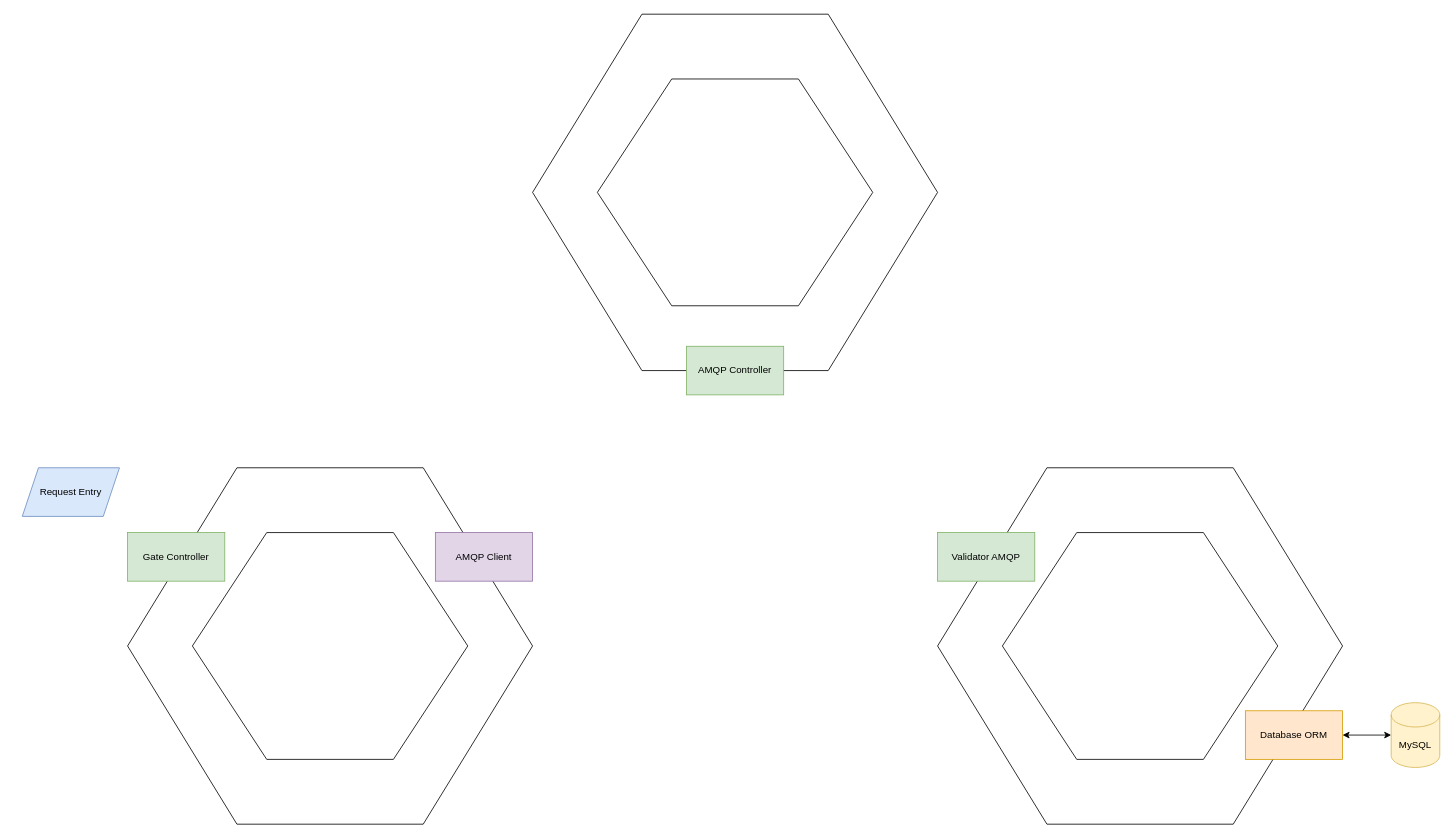
harwoodr/drawio keeps this draw.io diagram as MVPHex.drawio. Above is the earlier version. Source tidied: cells renumbered, new cells numbered last; positions are measured from the earlier drawing's top-left corner, leaving out a move shared by most shapes. Both pictures are drawn from the tidied source at 81%, with x=0, y=0 at pixel (22, 14).
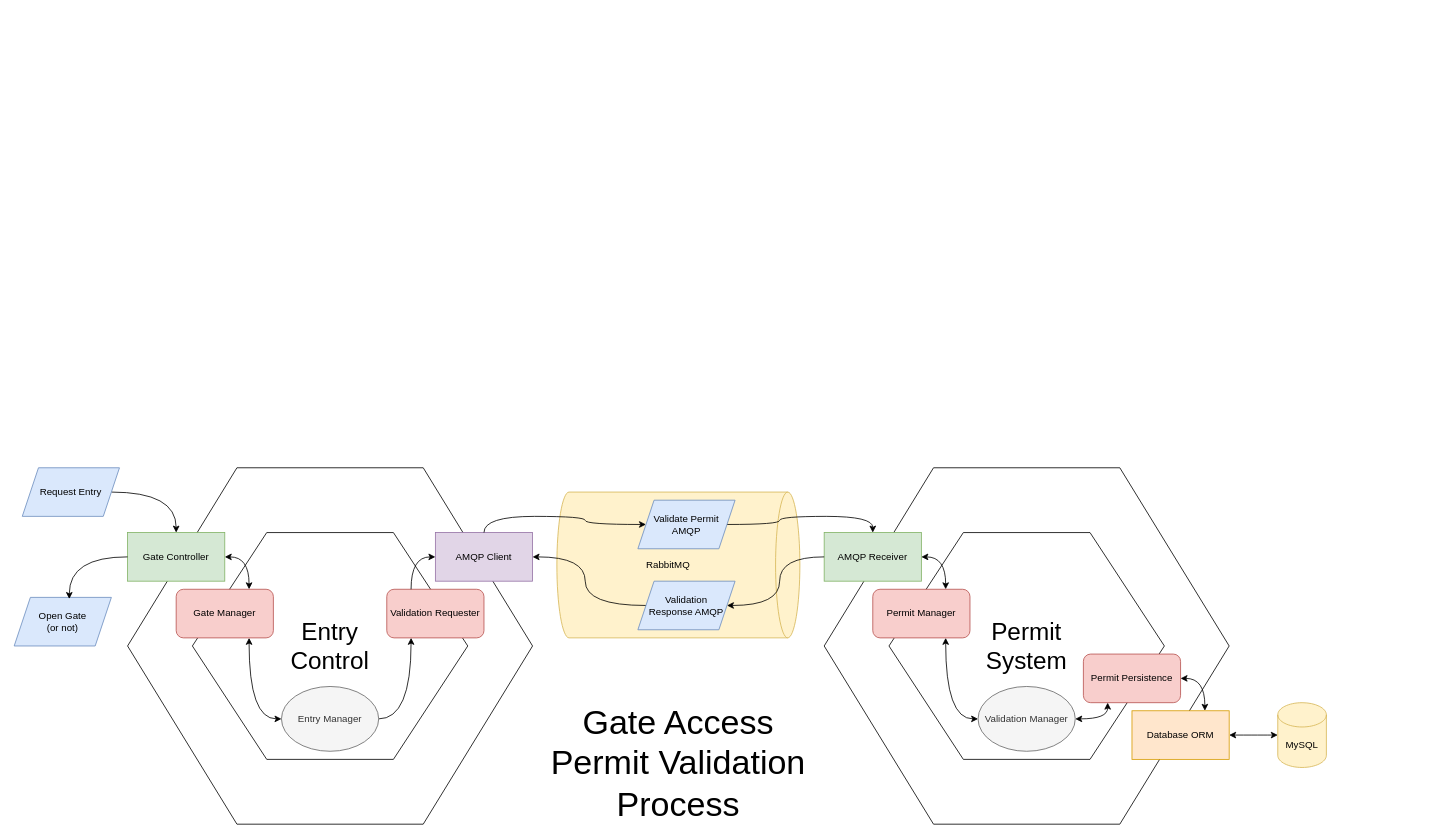
After the change.

The change refers to these unchanged cells:
```xml
<mxCell id="2" style="group;" parent="1" vertex="1">
  <mxGeometry x="130" y="560" width="500" height="440" as="geometry" />
</mxCell>
<mxCell id="5" value="Gate Controller" style="rounded=0;whiteSpace=wrap;html=1;fillColor=#d5e8d4;strokeColor=#82b366;" parent="2" vertex="1">
  <mxGeometry y="80" width="120" height="60" as="geometry" />
</mxCell>
<mxCell id="15" value="Request Entry" style="shape=parallelogram;perimeter=parallelogramPerimeter;whiteSpace=wrap;html=1;fixedSize=1;fillColor=#dae8fc;strokeColor=#6c8ebf;" parent="1" vertex="1">
  <mxGeometry y="560" width="120" height="60" as="geometry" />
</mxCell>
```

The edit, as a diff of the source:
```diff
@@
+    <mxCell id="19" value="RabbitMQ" style="shape=cylinder3;whiteSpace=wrap;html=1;boundedLbl=1;backgroundOutline=1;size=15;direction=south;fillColor=#fff2cc;strokeColor=#d6b656;" parent="1" vertex="1">
+      <mxGeometry x="660" y="590" width="300" height="180" as="geometry" />
+    </mxCell>
@@
+    <mxCell id="20" style="group;" parent="2" vertex="1">
+      <mxGeometry width="500" height="440" as="geometry" />
+    </mxCell>
-    <mxCell id="4" style="verticalLabelPosition=bottom;verticalAlign=top;html=1;shape=hexagon;perimeter=hexagonPerimeter2;arcSize=6;size=0.27;fillColor=none;" parent="2" vertex="1">
+    <mxCell id="4" style="verticalLabelPosition=bottom;verticalAlign=top;html=1;shape=hexagon;perimeter=hexagonPerimeter2;arcSize=6;size=0.27;fillColor=none;" parent="20" vertex="1">
       <mxGeometry width="500" height="440" as="geometry" />
     </mxCell>
+    <mxCell id="21" value="&lt;font style=&quot;font-size: 30px;&quot;&gt;Entry Control&lt;br&gt;&lt;/font&gt;" style="text;html=1;align=center;verticalAlign=middle;whiteSpace=wrap;rounded=0;" parent="20" vertex="1">
+      <mxGeometry x="220" y="205" width="60" height="30" as="geometry" />
+    </mxCell>
+    <mxCell id="22" style="edgeStyle=orthogonalEdgeStyle;rounded=0;jettySize=auto;html=1;exitX=0.75;exitY=1;exitDx=0;exitDy=0;entryX=0;entryY=0.5;entryDx=0;entryDy=0;startArrow=classic;startFill=1;curved=1;" parent="20" edge="1" source="23" target="26">
+      <mxGeometry relative="1" as="geometry" />
+    </mxCell>
+    <mxCell id="23" value="Gate Manager" style="rounded=1;whiteSpace=wrap;html=1;fillColor=#f8cecc;strokeColor=#b85450;" parent="20" vertex="1">
+      <mxGeometry x="60" y="150" width="120" height="60" as="geometry" />
+    </mxCell>
+    <mxCell id="24" value="Validation Requester" style="rounded=1;whiteSpace=wrap;html=1;fillColor=#f8cecc;strokeColor=#b85450;" parent="20" vertex="1">
+      <mxGeometry x="320" y="150" width="120" height="60" as="geometry" />
+    </mxCell>
+    <mxCell id="25" style="edgeStyle=orthogonalEdgeStyle;rounded=0;jettySize=auto;html=1;exitX=1;exitY=0.5;exitDx=0;exitDy=0;entryX=0.25;entryY=1;entryDx=0;entryDy=0;curved=1;" parent="20" edge="1" source="26" target="24">
+      <mxGeometry relative="1" as="geometry" />
+    </mxCell>
+    <mxCell id="26" value="Entry Manager" style="ellipse;whiteSpace=wrap;html=1;fillColor=#f5f5f5;fontColor=#333333;strokeColor=#666666;" parent="20" vertex="1">
+      <mxGeometry x="190" y="270" width="120" height="80" as="geometry" />
+    </mxCell>
+    <mxCell id="6" value="AMQP Client" style="rounded=0;whiteSpace=wrap;html=1;fillColor=#e1d5e7;strokeColor=#9673a6;" parent="2" vertex="1">
+      <mxGeometry x="380" y="80" width="120" height="60" as="geometry" />
+    </mxCell>
+    <mxCell id="27" style="edgeStyle=orthogonalEdgeStyle;rounded=0;jettySize=auto;html=1;exitX=1;exitY=0.5;exitDx=0;exitDy=0;entryX=0.75;entryY=0;entryDx=0;entryDy=0;startArrow=classic;startFill=1;curved=1;" parent="2" edge="1" source="5" target="23">
+      <mxGeometry relative="1" as="geometry" />
+    </mxCell>
@@
-    <mxCell id="6" value="AMQP Client" style="rounded=0;whiteSpace=wrap;html=1;fillColor=#e1d5e7;strokeColor=#9673a6;" parent="2" vertex="1">
-      <mxGeometry x="380" y="80" width="120" height="60" as="geometry" />
-    </mxCell>
-    <mxCell id="7" style="group;" parent="1" vertex="1">
-      <mxGeometry x="630" width="500" height="440" as="geometry" />
-    </mxCell>
-    <mxCell id="8" style="verticalLabelPosition=bottom;verticalAlign=top;html=1;shape=hexagon;perimeter=hexagonPerimeter2;arcSize=6;size=0.27;fillColor=none;" parent="7" vertex="1">
-      <mxGeometry x="80" y="80" width="340" height="280" as="geometry" />
-    </mxCell>
-    <mxCell id="9" style="verticalLabelPosition=bottom;verticalAlign=top;html=1;shape=hexagon;perimeter=hexagonPerimeter2;arcSize=6;size=0.27;fillColor=none;" parent="7" vertex="1">
-      <mxGeometry width="500" height="440" as="geometry" />
-    </mxCell>
+    <mxCell id="28" style="edgeStyle=orthogonalEdgeStyle;rounded=0;jettySize=auto;html=1;exitX=0.25;exitY=0;exitDx=0;exitDy=0;entryX=0;entryY=0.5;entryDx=0;entryDy=0;curved=1;" parent="2" edge="1" source="24" target="6">
+      <mxGeometry relative="1" as="geometry" />
+    </mxCell>
     <mxCell id="10" style="group;" parent="1" vertex="1">
-      <mxGeometry x="1130" y="560" width="500" height="440" as="geometry" />
+      <mxGeometry x="990" y="560" width="500" height="440" as="geometry" />
     </mxCell>
+    <mxCell id="29" style="group;" parent="10" vertex="1">
+      <mxGeometry width="500" height="440" as="geometry" />
+    </mxCell>
-    <mxCell id="11" style="verticalLabelPosition=bottom;verticalAlign=top;html=1;shape=hexagon;perimeter=hexagonPerimeter2;arcSize=6;size=0.27;fillColor=none;" parent="10" vertex="1">
+    <mxCell id="11" style="verticalLabelPosition=bottom;verticalAlign=top;html=1;shape=hexagon;perimeter=hexagonPerimeter2;arcSize=6;size=0.27;fillColor=none;" parent="29" vertex="1">
       <mxGeometry width="500" height="440" as="geometry" />
     </mxCell>
-    <mxCell id="12" style="verticalLabelPosition=bottom;verticalAlign=top;html=1;shape=hexagon;perimeter=hexagonPerimeter2;arcSize=6;size=0.27;fillColor=none;" parent="10" vertex="1">
+    <mxCell id="12" style="verticalLabelPosition=bottom;verticalAlign=top;html=1;shape=hexagon;perimeter=hexagonPerimeter2;arcSize=6;size=0.27;fillColor=none;" parent="29" vertex="1">
       <mxGeometry x="80" y="80" width="340" height="280" as="geometry" />
     </mxCell>
+    <mxCell id="30" value="&lt;font style=&quot;font-size: 30px;&quot;&gt;Permit System&lt;br&gt;&lt;/font&gt;" style="text;html=1;align=center;verticalAlign=middle;whiteSpace=wrap;rounded=0;" parent="29" vertex="1">
+      <mxGeometry x="220" y="205" width="60" height="30" as="geometry" />
+    </mxCell>
+    <mxCell id="31" style="edgeStyle=orthogonalEdgeStyle;rounded=0;jettySize=auto;html=1;exitX=0.75;exitY=1;exitDx=0;exitDy=0;entryX=0;entryY=0.5;entryDx=0;entryDy=0;startArrow=classic;startFill=1;curved=1;" parent="29" edge="1" source="32" target="35">
+      <mxGeometry relative="1" as="geometry" />
+    </mxCell>
+    <mxCell id="32" value="Permit Manager" style="rounded=1;whiteSpace=wrap;html=1;fillColor=#f8cecc;strokeColor=#b85450;" parent="29" vertex="1">
+      <mxGeometry x="60" y="150" width="120" height="60" as="geometry" />
+    </mxCell>
+    <mxCell id="33" value="Permit Persistence" style="rounded=1;whiteSpace=wrap;html=1;fillColor=#f8cecc;strokeColor=#b85450;" parent="29" vertex="1">
+      <mxGeometry x="320" y="230" width="120" height="60" as="geometry" />
+    </mxCell>
+    <mxCell id="34" style="edgeStyle=orthogonalEdgeStyle;rounded=0;jettySize=auto;html=1;exitX=1;exitY=0.5;exitDx=0;exitDy=0;entryX=0.25;entryY=1;entryDx=0;entryDy=0;startArrow=classic;startFill=1;curved=1;" parent="29" edge="1" source="35" target="33">
+      <mxGeometry relative="1" as="geometry" />
+    </mxCell>
+    <mxCell id="35" value="Validation Manager" style="ellipse;whiteSpace=wrap;html=1;fillColor=#f5f5f5;fontColor=#333333;strokeColor=#666666;" parent="29" vertex="1">
+      <mxGeometry x="190" y="270" width="120" height="80" as="geometry" />
+    </mxCell>
+    <mxCell id="14" value="Database ORM" style="rounded=0;whiteSpace=wrap;html=1;fillColor=#ffe6cc;strokeColor=#d79b00;" parent="10" vertex="1">
+      <mxGeometry x="380" y="300" width="120" height="60" as="geometry" />
+    </mxCell>
+    <mxCell id="36" style="edgeStyle=orthogonalEdgeStyle;rounded=0;jettySize=auto;html=1;exitX=1;exitY=0.5;exitDx=0;exitDy=0;entryX=0.75;entryY=0;entryDx=0;entryDy=0;startArrow=classic;startFill=1;curved=1;" parent="10" edge="1" source="13" target="32">
+      <mxGeometry relative="1" as="geometry" />
+    </mxCell>
-    <mxCell id="13" value="Validator AMQP" style="rounded=0;whiteSpace=wrap;html=1;fillColor=#d5e8d4;strokeColor=#82b366;" parent="10" vertex="1">
+    <mxCell id="13" value="AMQP Receiver" style="rounded=0;whiteSpace=wrap;html=1;fillColor=#d5e8d4;strokeColor=#82b366;" parent="10" vertex="1">
       <mxGeometry y="80" width="120" height="60" as="geometry" />
     </mxCell>
-    <mxCell id="14" value="Database ORM" style="rounded=0;whiteSpace=wrap;html=1;fillColor=#ffe6cc;strokeColor=#d79b00;" parent="10" vertex="1">
-      <mxGeometry x="380" y="300" width="120" height="60" as="geometry" />
-    </mxCell>
+    <mxCell id="37" style="edgeStyle=orthogonalEdgeStyle;rounded=0;jettySize=auto;html=1;exitX=1;exitY=0.5;exitDx=0;exitDy=0;entryX=0.75;entryY=0;entryDx=0;entryDy=0;startArrow=classic;startFill=1;curved=1;" parent="10" edge="1" source="33" target="14">
+      <mxGeometry relative="1" as="geometry" />
+    </mxCell>
+    <mxCell id="38" style="edgeStyle=orthogonalEdgeStyle;rounded=0;jettySize=auto;html=1;exitX=1;exitY=0.5;exitDx=0;exitDy=0;entryX=0.5;entryY=0;entryDx=0;entryDy=0;curved=1;" parent="1" edge="1" source="15" target="5">
+      <mxGeometry relative="1" as="geometry" />
+    </mxCell>
@@
-    <mxCell id="16" value="AMQP Controller" style="rounded=0;whiteSpace=wrap;html=1;fillColor=#d5e8d4;strokeColor=#82b366;" parent="1" vertex="1">
-      <mxGeometry x="820" y="410" width="120" height="60" as="geometry" />
-    </mxCell>
-    <mxCell id="17" style="edgeStyle=orthogonalEdgeStyle;rounded=0;jettySize=auto;html=1;exitX=0;exitY=0.5;exitDx=0;exitDy=0;exitPerimeter=0;entryX=1;entryY=0.5;entryDx=0;entryDy=0;startArrow=classic;startFill=1;" parent="1" edge="1" source="18" target="14">
+    <mxCell id="17" style="edgeStyle=orthogonalEdgeStyle;rounded=0;jettySize=auto;html=1;exitX=0;exitY=0.5;exitDx=0;exitDy=0;exitPerimeter=0;entryX=1;entryY=0.5;entryDx=0;entryDy=0;startArrow=classic;startFill=1;curved=1;" parent="1" edge="1" source="18" target="14">
       <mxGeometry relative="1" as="geometry" />
     </mxCell>
     <mxCell id="18" value="MySQL" style="shape=cylinder3;whiteSpace=wrap;html=1;boundedLbl=1;backgroundOutline=1;size=15;fillColor=#fff2cc;strokeColor=#d6b656;" parent="1" vertex="1">
-      <mxGeometry x="1690" y="850" width="60" height="80" as="geometry" />
+      <mxGeometry x="1550" y="850" width="60" height="80" as="geometry" />
     </mxCell>
+    <mxCell id="39" value="Open Gate &lt;br&gt;(or not)" style="shape=parallelogram;perimeter=parallelogramPerimeter;whiteSpace=wrap;html=1;fixedSize=1;fillColor=#dae8fc;strokeColor=#6c8ebf;" parent="1" vertex="1">
+      <mxGeometry x="-10" y="720" width="120" height="60" as="geometry" />
+    </mxCell>
+    <mxCell id="40" style="edgeStyle=orthogonalEdgeStyle;rounded=0;jettySize=auto;html=1;exitX=1;exitY=0.5;exitDx=0;exitDy=0;entryX=0.5;entryY=0;entryDx=0;entryDy=0;curved=1;" parent="1" edge="1" source="41" target="13">
+      <mxGeometry relative="1" as="geometry" />
+    </mxCell>
+    <mxCell id="41" value="Validate Permit AMQP" style="shape=parallelogram;perimeter=parallelogramPerimeter;whiteSpace=wrap;html=1;fixedSize=1;fillColor=#dae8fc;strokeColor=#6c8ebf;" parent="1" vertex="1">
+      <mxGeometry x="760" y="600" width="120" height="60" as="geometry" />
+    </mxCell>
+    <mxCell id="42" style="edgeStyle=orthogonalEdgeStyle;rounded=0;jettySize=auto;html=1;exitX=0;exitY=0.5;exitDx=0;exitDy=0;entryX=1;entryY=0.5;entryDx=0;entryDy=0;curved=1;" parent="1" edge="1" source="43" target="6">
+      <mxGeometry relative="1" as="geometry" />
+    </mxCell>
+    <mxCell id="43" value="Validation&lt;br&gt; Response AMQP" style="shape=parallelogram;perimeter=parallelogramPerimeter;whiteSpace=wrap;html=1;fixedSize=1;fillColor=#dae8fc;strokeColor=#6c8ebf;" parent="1" vertex="1">
+      <mxGeometry x="760" y="700" width="120" height="60" as="geometry" />
+    </mxCell>
+    <mxCell id="44" style="edgeStyle=orthogonalEdgeStyle;rounded=0;jettySize=auto;html=1;exitX=0;exitY=0.5;exitDx=0;exitDy=0;entryX=0.567;entryY=0.033;entryDx=0;entryDy=0;entryPerimeter=0;curved=1;" parent="1" edge="1" source="5" target="39">
+      <mxGeometry relative="1" as="geometry" />
+    </mxCell>
+    <mxCell id="45" style="edgeStyle=orthogonalEdgeStyle;rounded=0;jettySize=auto;html=1;exitX=0.5;exitY=0;exitDx=0;exitDy=0;entryX=0;entryY=0.5;entryDx=0;entryDy=0;curved=1;" parent="1" edge="1" source="6" target="41">
+      <mxGeometry relative="1" as="geometry" />
+    </mxCell>
+    <mxCell id="46" style="edgeStyle=orthogonalEdgeStyle;rounded=0;jettySize=auto;html=1;exitX=0;exitY=0.5;exitDx=0;exitDy=0;entryX=1;entryY=0.5;entryDx=0;entryDy=0;curved=1;" parent="1" edge="1" source="13" target="43">
+      <mxGeometry relative="1" as="geometry" />
+    </mxCell>
+    <mxCell id="47" value="&lt;font style=&quot;font-size: 42px;&quot;&gt;Gate Access Permit Validation Process&lt;/font&gt;" style="text;html=1;align=center;verticalAlign=middle;whiteSpace=wrap;rounded=0;" parent="1" vertex="1">
+      <mxGeometry x="630" y="870" width="360" height="110" as="geometry" />
+    </mxCell>
```
